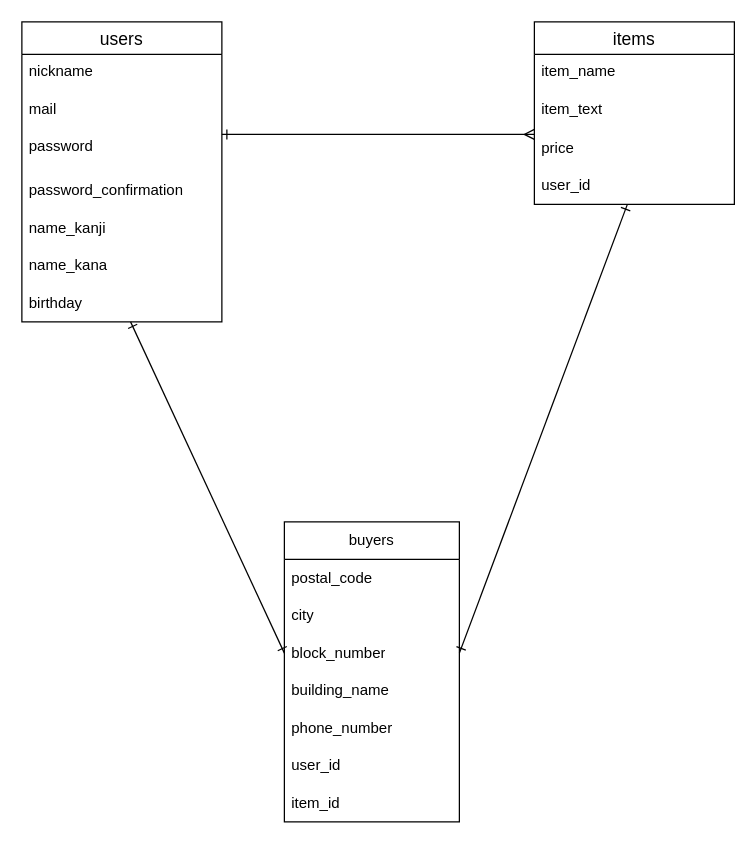
Above: furima-41904.dio in sugimoto519/furima-41904 (draw.io), before the change. Source tidied: cells renumbered, new cells numbered last; positions are measured from the earlier drawing's top-left corner, leaving out a move shared by most shapes. Both pictures are drawn from the tidied source at 125%, with x=0, y=0 at pixel (21, 21).
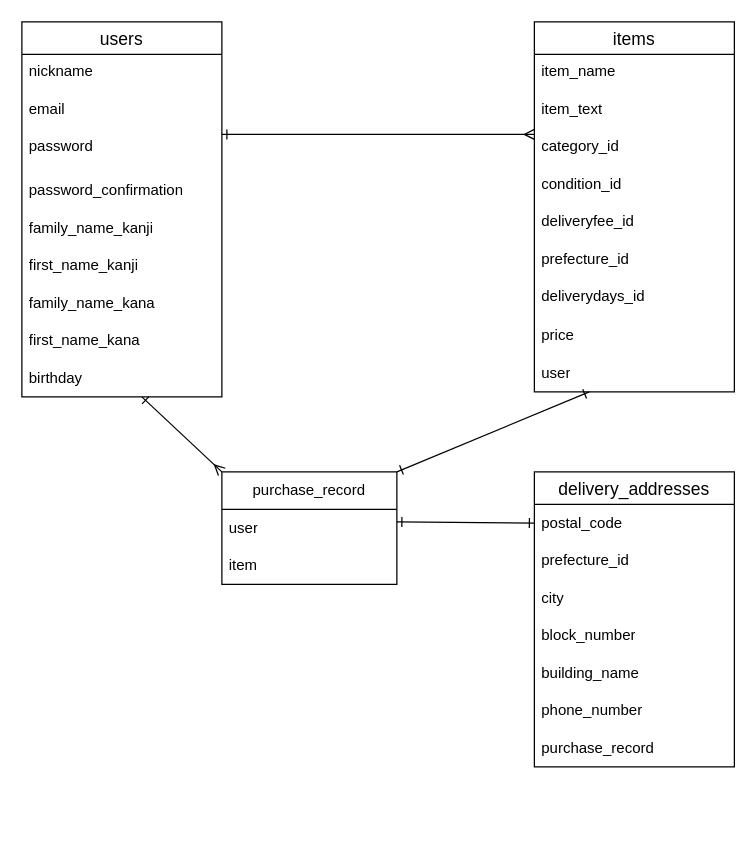
After the change.

Commit message (it also covers changes not shown here):
データベース設計の修正

What changed in the source:
```diff
@@
     <mxCell id="2" value="users" style="swimlane;fontStyle=0;horizontal=1;startSize=26;align=center;fontSize=14;" parent="1" vertex="1">
-      <mxGeometry width="160" height="240" as="geometry" />
+      <mxGeometry width="160" height="300" as="geometry" />
     </mxCell>
@@
-    <mxCell id="4" value="mail" style="text;strokeColor=none;fillColor=none;spacingLeft=4;spacingRight=4;overflow=hidden;fontSize=12;whiteSpace=wrap;html=1;" parent="2" vertex="1">
+    <mxCell id="4" value="email" style="text;strokeColor=none;fillColor=none;spacingLeft=4;spacingRight=4;overflow=hidden;fontSize=12;whiteSpace=wrap;html=1;" parent="2" vertex="1">
       <mxGeometry y="56" width="160" height="30" as="geometry" />
     </mxCell>
@@
-    <mxCell id="7" value="name_kanji" style="text;strokeColor=none;fillColor=none;align=left;verticalAlign=middle;spacingLeft=4;spacingRight=4;overflow=hidden;whiteSpace=wrap;html=1;" parent="2" vertex="1">
+    <mxCell id="7" value="family_name_kanji" style="text;strokeColor=none;fillColor=none;align=left;verticalAlign=middle;spacingLeft=4;spacingRight=4;overflow=hidden;whiteSpace=wrap;html=1;" parent="2" vertex="1">
       <mxGeometry y="150" width="160" height="30" as="geometry" />
     </mxCell>
-    <mxCell id="8" value="name_kana" style="text;strokeColor=none;fillColor=none;align=left;verticalAlign=middle;spacingLeft=4;spacingRight=4;overflow=hidden;whiteSpace=wrap;html=1;" parent="2" vertex="1">
+    <mxCell id="8" value="first_name_kanji" style="text;strokeColor=none;fillColor=none;align=left;verticalAlign=middle;spacingLeft=4;spacingRight=4;overflow=hidden;whiteSpace=wrap;html=1;" parent="2" vertex="1">
       <mxGeometry y="180" width="160" height="30" as="geometry" />
     </mxCell>
+    <mxCell id="26" value="family_name_kana" style="text;strokeColor=none;fillColor=none;align=left;verticalAlign=middle;spacingLeft=4;spacingRight=4;overflow=hidden;whiteSpace=wrap;html=1;" parent="2" vertex="1">
+      <mxGeometry y="210" width="160" height="30" as="geometry" />
+    </mxCell>
+    <mxCell id="27" value="first_name_kana" style="text;strokeColor=none;fillColor=none;align=left;verticalAlign=middle;spacingLeft=4;spacingRight=4;overflow=hidden;whiteSpace=wrap;html=1;" parent="2" vertex="1">
+      <mxGeometry y="240" width="160" height="30" as="geometry" />
+    </mxCell>
     <mxCell id="9" value="birthday" style="text;strokeColor=none;fillColor=none;align=left;verticalAlign=middle;spacingLeft=4;spacingRight=4;overflow=hidden;points=[[0,0.5],[1,0.5]];portConstraint=eastwest;whiteSpace=wrap;html=1;" parent="2" vertex="1">
-      <mxGeometry y="210" width="160" height="30" as="geometry" />
+      <mxGeometry y="270" width="160" height="30" as="geometry" />
     </mxCell>
     <mxCell id="10" value="items" style="swimlane;fontStyle=0;horizontal=1;startSize=26;align=center;fontSize=14;" parent="1" vertex="1">
-      <mxGeometry x="410" width="160" height="146" as="geometry" />
+      <mxGeometry x="410" width="160" height="296" as="geometry" />
     </mxCell>
@@
+    <mxCell id="28" value="category_id" style="text;strokeColor=none;fillColor=none;spacingLeft=4;spacingRight=4;overflow=hidden;fontSize=12;whiteSpace=wrap;html=1;" parent="10" vertex="1">
+      <mxGeometry y="86" width="160" height="30" as="geometry" />
+    </mxCell>
+    <mxCell id="29" value="condition_id" style="text;strokeColor=none;fillColor=none;spacingLeft=4;spacingRight=4;overflow=hidden;fontSize=12;whiteSpace=wrap;html=1;" parent="10" vertex="1">
+      <mxGeometry y="116" width="160" height="30" as="geometry" />
+    </mxCell>
+    <mxCell id="30" value="deliveryfee_id" style="text;strokeColor=none;fillColor=none;spacingLeft=4;spacingRight=4;overflow=hidden;fontSize=12;whiteSpace=wrap;html=1;" parent="10" vertex="1">
+      <mxGeometry y="146" width="160" height="30" as="geometry" />
+    </mxCell>
+    <mxCell id="31" value="prefecture_id" style="text;strokeColor=none;fillColor=none;spacingLeft=4;spacingRight=4;overflow=hidden;fontSize=12;whiteSpace=wrap;html=1;" parent="10" vertex="1">
+      <mxGeometry y="176" width="160" height="30" as="geometry" />
+    </mxCell>
+    <mxCell id="32" value="deliverydays_id" style="text;strokeColor=none;fillColor=none;spacingLeft=4;spacingRight=4;overflow=hidden;fontSize=12;whiteSpace=wrap;html=1;" parent="10" vertex="1">
+      <mxGeometry y="206" width="160" height="30" as="geometry" />
+    </mxCell>
     <mxCell id="13" value="price" style="text;strokeColor=none;fillColor=none;align=left;verticalAlign=middle;spacingLeft=4;spacingRight=4;overflow=hidden;whiteSpace=wrap;html=1;" parent="10" vertex="1">
-      <mxGeometry y="86" width="160" height="30" as="geometry" />
+      <mxGeometry y="236" width="160" height="30" as="geometry" />
     </mxCell>
-    <mxCell id="14" value="user_id" style="text;strokeColor=none;fillColor=none;align=left;verticalAlign=middle;spacingLeft=4;spacingRight=4;overflow=hidden;points=[[0,0.5],[1,0.5]];portConstraint=eastwest;whiteSpace=wrap;html=1;" parent="10" vertex="1">
-      <mxGeometry y="116" width="160" height="30" as="geometry" />
+    <mxCell id="14" value="user" style="text;strokeColor=none;fillColor=none;align=left;verticalAlign=middle;spacingLeft=4;spacingRight=4;overflow=hidden;points=[[0,0.5],[1,0.5]];portConstraint=eastwest;whiteSpace=wrap;html=1;" parent="10" vertex="1">
+      <mxGeometry y="266" width="160" height="30" as="geometry" />
     </mxCell>
@@
-    <mxCell id="16" value="buyers" style="swimlane;fontStyle=0;horizontal=1;startSize=30;whiteSpace=wrap;html=1;" parent="1" vertex="1">
-      <mxGeometry x="210" y="400" width="140" height="240" as="geometry" />
+    <mxCell id="16" value="purchase_record" style="swimlane;fontStyle=0;horizontal=1;startSize=30;whiteSpace=wrap;html=1;" parent="1" vertex="1">
+      <mxGeometry x="160" y="360" width="140" height="90" as="geometry" />
     </mxCell>
+    <mxCell id="22" value="user" style="text;strokeColor=none;fillColor=none;align=left;verticalAlign=middle;spacingLeft=4;spacingRight=4;overflow=hidden;whiteSpace=wrap;html=1;" parent="16" vertex="1">
+      <mxGeometry y="30" width="140" height="30" as="geometry" />
+    </mxCell>
+    <mxCell id="23" value="item" style="text;strokeColor=none;fillColor=none;align=left;verticalAlign=middle;spacingLeft=4;spacingRight=4;overflow=hidden;whiteSpace=wrap;html=1;" parent="16" vertex="1">
+      <mxGeometry y="60" width="140" height="30" as="geometry" />
+    </mxCell>
+    <mxCell id="24" style="edgeStyle=none;html=1;entryX=1;entryY=0;entryDx=0;entryDy=0;startArrow=ERone;startFill=0;endArrow=ERone;endFill=0;" parent="1" edge="1" source="14" target="16">
+      <mxGeometry relative="1" as="geometry" />
+    </mxCell>
+    <mxCell id="25" style="edgeStyle=none;html=1;startArrow=ERone;startFill=0;endArrow=ERmany;endFill=0;entryX=0;entryY=0;entryDx=0;entryDy=0;" parent="1" edge="1" source="9" target="16">
+      <mxGeometry relative="1" as="geometry" />
+    </mxCell>
+    <mxCell id="33" value="delivery_addresses" style="swimlane;fontStyle=0;horizontal=1;startSize=26;align=center;fontSize=14;" parent="1" vertex="1">
+      <mxGeometry x="410" y="360" width="160" height="236" as="geometry" />
+    </mxCell>
-    <mxCell id="17" value="postal_code" style="text;strokeColor=none;fillColor=none;align=left;verticalAlign=middle;spacingLeft=4;spacingRight=4;overflow=hidden;points=[[0,0.5],[1,0.5]];portConstraint=eastwest;whiteSpace=wrap;html=1;" parent="16" vertex="1">
-      <mxGeometry y="30" width="140" height="30" as="geometry" />
+    <mxCell id="17" value="postal_code" style="text;strokeColor=none;fillColor=none;align=left;verticalAlign=middle;spacingLeft=4;spacingRight=4;overflow=hidden;points=[[0,0.5],[1,0.5]];portConstraint=eastwest;whiteSpace=wrap;html=1;" parent="33" vertex="1">
+      <mxGeometry y="26" width="160" height="30" as="geometry" />
     </mxCell>
+    <mxCell id="34" value="prefecture_id" style="text;strokeColor=none;fillColor=none;align=left;verticalAlign=middle;spacingLeft=4;spacingRight=4;overflow=hidden;whiteSpace=wrap;html=1;" parent="33" vertex="1">
+      <mxGeometry y="56" width="160" height="30" as="geometry" />
+    </mxCell>
-    <mxCell id="18" value="city" style="text;strokeColor=none;fillColor=none;align=left;verticalAlign=middle;spacingLeft=4;spacingRight=4;overflow=hidden;whiteSpace=wrap;html=1;" parent="16" vertex="1">
-      <mxGeometry y="60" width="140" height="30" as="geometry" />
+    <mxCell id="18" value="city" style="text;strokeColor=none;fillColor=none;align=left;verticalAlign=middle;spacingLeft=4;spacingRight=4;overflow=hidden;whiteSpace=wrap;html=1;" parent="33" vertex="1">
+      <mxGeometry y="86" width="160" height="30" as="geometry" />
     </mxCell>
-    <mxCell id="19" value="block_number" style="text;strokeColor=none;fillColor=none;align=left;verticalAlign=middle;spacingLeft=4;spacingRight=4;overflow=hidden;points=[[0,0.5],[1,0.5]];portConstraint=eastwest;whiteSpace=wrap;html=1;" parent="16" vertex="1">
-      <mxGeometry y="90" width="140" height="30" as="geometry" />
+    <mxCell id="19" value="block_number" style="text;strokeColor=none;fillColor=none;align=left;verticalAlign=middle;spacingLeft=4;spacingRight=4;overflow=hidden;points=[[0,0.5],[1,0.5]];portConstraint=eastwest;whiteSpace=wrap;html=1;" parent="33" vertex="1">
+      <mxGeometry y="116" width="160" height="30" as="geometry" />
     </mxCell>
-    <mxCell id="20" value="building_name" style="text;strokeColor=none;fillColor=none;align=left;verticalAlign=middle;spacingLeft=4;spacingRight=4;overflow=hidden;whiteSpace=wrap;html=1;" parent="16" vertex="1">
-      <mxGeometry y="120" width="140" height="30" as="geometry" />
+    <mxCell id="20" value="building_name" style="text;strokeColor=none;fillColor=none;align=left;verticalAlign=middle;spacingLeft=4;spacingRight=4;overflow=hidden;whiteSpace=wrap;html=1;" parent="33" vertex="1">
+      <mxGeometry y="146" width="160" height="30" as="geometry" />
     </mxCell>
-    <mxCell id="21" value="phone_number" style="text;strokeColor=none;fillColor=none;align=left;verticalAlign=middle;spacingLeft=4;spacingRight=4;overflow=hidden;whiteSpace=wrap;html=1;" parent="16" vertex="1">
-      <mxGeometry y="150" width="140" height="30" as="geometry" />
+    <mxCell id="21" value="phone_number" style="text;strokeColor=none;fillColor=none;align=left;verticalAlign=middle;spacingLeft=4;spacingRight=4;overflow=hidden;whiteSpace=wrap;html=1;" parent="33" vertex="1">
+      <mxGeometry y="176" width="160" height="30" as="geometry" />
     </mxCell>
-    <mxCell id="22" value="user_id" style="text;strokeColor=none;fillColor=none;align=left;verticalAlign=middle;spacingLeft=4;spacingRight=4;overflow=hidden;whiteSpace=wrap;html=1;" parent="16" vertex="1">
-      <mxGeometry y="180" width="140" height="30" as="geometry" />
-    </mxCell>
-    <mxCell id="23" value="item_id" style="text;strokeColor=none;fillColor=none;align=left;verticalAlign=middle;spacingLeft=4;spacingRight=4;overflow=hidden;whiteSpace=wrap;html=1;" parent="16" vertex="1">
-      <mxGeometry y="210" width="140" height="30" as="geometry" />
-    </mxCell>
-    <mxCell id="24" style="edgeStyle=none;html=1;entryX=1;entryY=0.5;entryDx=0;entryDy=0;startArrow=ERone;startFill=0;endArrow=ERone;endFill=0;" parent="1" edge="1" source="14" target="19">
-      <mxGeometry relative="1" as="geometry" />
-    </mxCell>
-    <mxCell id="25" style="edgeStyle=none;html=1;entryX=0;entryY=0.5;entryDx=0;entryDy=0;startArrow=ERone;startFill=0;endArrow=ERone;endFill=0;" parent="1" edge="1" source="9" target="19">
-      <mxGeometry relative="1" as="geometry" />
-    </mxCell>
+    <mxCell id="35" value="purchase_record" style="text;strokeColor=none;fillColor=none;align=left;verticalAlign=middle;spacingLeft=4;spacingRight=4;overflow=hidden;whiteSpace=wrap;html=1;" parent="33" vertex="1">
+      <mxGeometry y="206" width="160" height="30" as="geometry" />
+    </mxCell>
+    <mxCell id="36" style="edgeStyle=none;html=1;entryX=0;entryY=0.5;entryDx=0;entryDy=0;startArrow=ERone;startFill=0;endArrow=ERone;endFill=0;" parent="1" edge="1" target="17">
+      <mxGeometry relative="1" as="geometry">
+        <mxPoint x="300" y="400" as="sourcePoint" />
+      </mxGeometry>
+    </mxCell>
```
